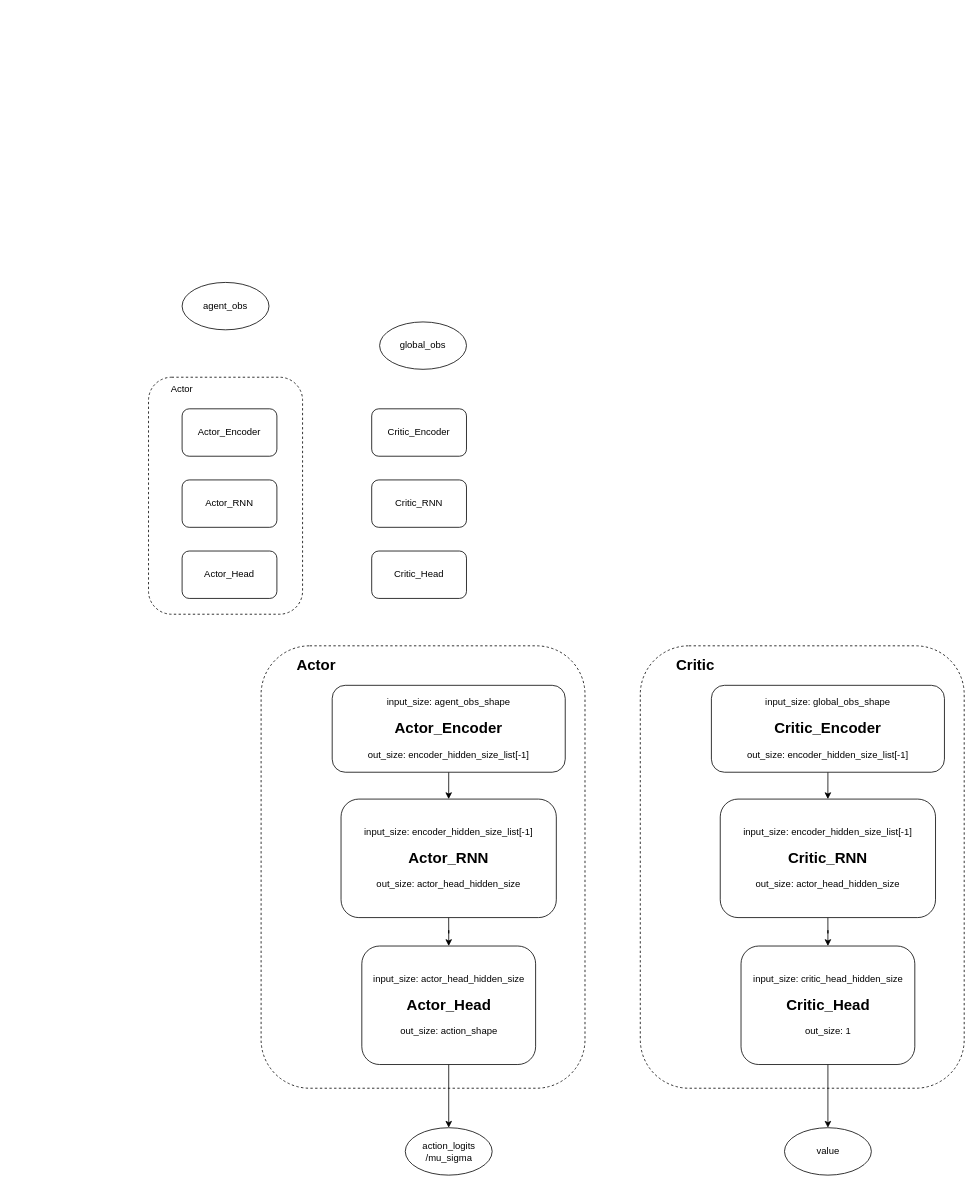
This is HAPPO.drawio from nighood/Diagrams, a draw.io file, before an edit. Source tidied: cells renumbered, new cells numbered last; positions are measured from the earlier drawing's top-left corner, leaving out a move shared by most shapes. Both pictures are drawn from the tidied source at 79%, with x=0, y=0 at pixel (149, 282).
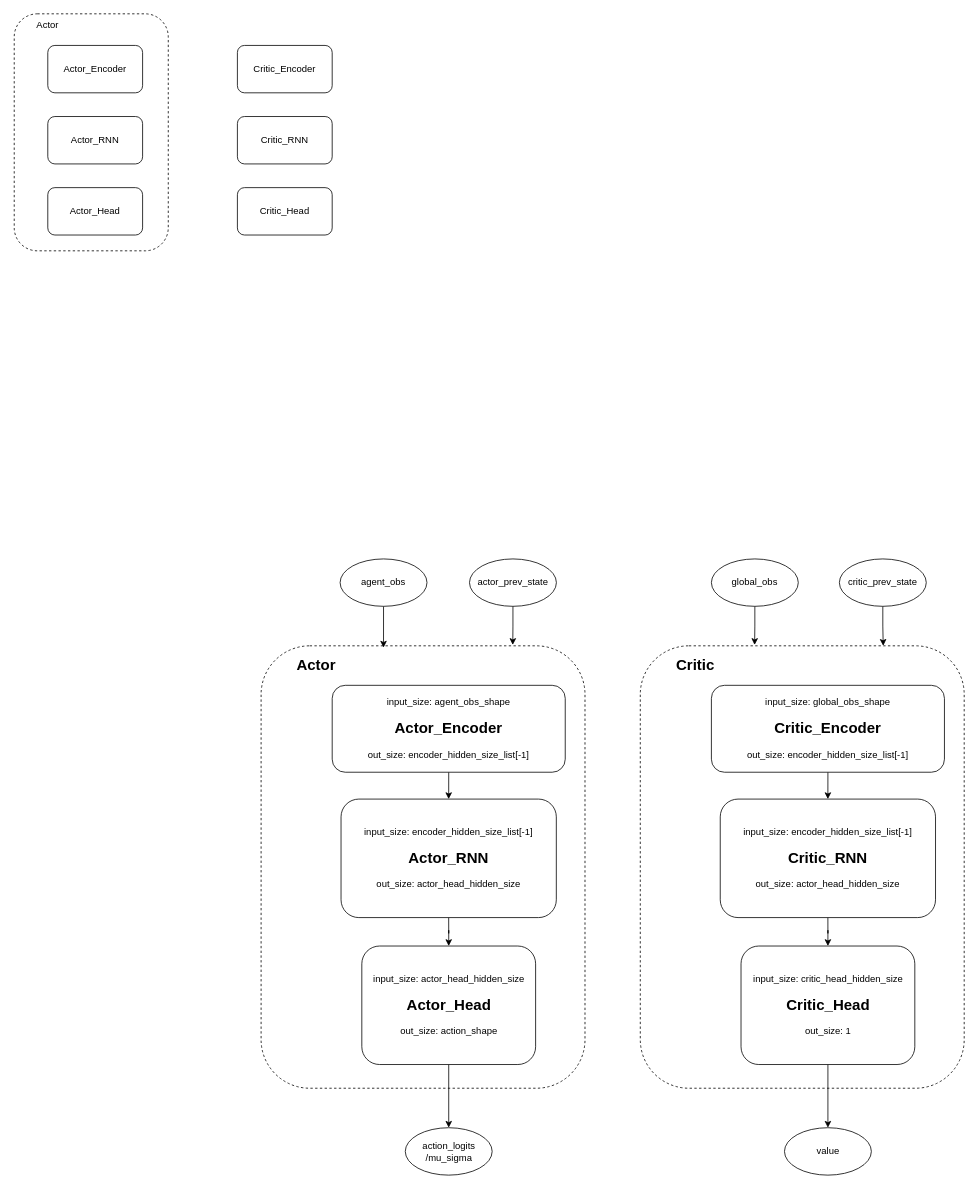
The same diagram, later.

Unchanged cells that the change refers to:
```xml
<mxCell id="12" style="rounded=1;whiteSpace=wrap;html=1;strokeColor=default;dashed=1;fillColor=none;glass=0;" parent="1" vertex="1">
  <mxGeometry x="142" y="460" width="410" height="560" as="geometry" />
</mxCell>
<mxCell id="21" style="rounded=1;whiteSpace=wrap;html=1;strokeColor=default;dashed=1;fillColor=none;glass=0;" parent="1" vertex="1">
  <mxGeometry x="622" y="460" width="410" height="560" as="geometry" />
</mxCell>
```

The edit, as a diff of the source:
```diff
@@
     <mxCell id="2" style="rounded=1;whiteSpace=wrap;html=1;strokeColor=default;dashed=1;fillColor=none;" parent="1" vertex="1">
-      <mxGeometry x="-0.5" y="120" width="195" height="300" as="geometry" />
+      <mxGeometry x="-170.5" y="-340" width="195" height="300" as="geometry" />
     </mxCell>
     <mxCell id="3" value="Actor_Encoder" style="rounded=1;whiteSpace=wrap;html=1;" parent="1" vertex="1">
-      <mxGeometry x="42" y="160" width="120" height="60" as="geometry" />
+      <mxGeometry x="-128" y="-300" width="120" height="60" as="geometry" />
     </mxCell>
+    <mxCell id="30" style="edgeStyle=orthogonalEdgeStyle;rounded=0;jettySize=auto;html=1;exitX=0.5;exitY=1;exitDx=0;exitDy=0;entryX=0.378;entryY=0.004;entryDx=0;entryDy=0;entryPerimeter=0;" parent="1" edge="1" source="4" target="12">
+      <mxGeometry relative="1" as="geometry" />
+    </mxCell>
     <mxCell id="4" value="agent_obs" style="ellipse;whiteSpace=wrap;html=1;" parent="1" vertex="1">
-      <mxGeometry x="42" width="110" height="60" as="geometry" />
+      <mxGeometry x="242" y="350" width="110" height="60" as="geometry" />
     </mxCell>
+    <mxCell id="31" style="edgeStyle=orthogonalEdgeStyle;rounded=0;jettySize=auto;html=1;exitX=0.5;exitY=1;exitDx=0;exitDy=0;entryX=0.353;entryY=-0.002;entryDx=0;entryDy=0;entryPerimeter=0;" parent="1" edge="1" source="5" target="21">
+      <mxGeometry relative="1" as="geometry" />
+    </mxCell>
     <mxCell id="5" value="global_obs" style="ellipse;whiteSpace=wrap;html=1;" parent="1" vertex="1">
-      <mxGeometry x="292" y="50" width="110" height="60" as="geometry" />
+      <mxGeometry x="712" y="350" width="110" height="60" as="geometry" />
     </mxCell>
     <mxCell id="6" value="Critic_Encoder" style="rounded=1;whiteSpace=wrap;html=1;" parent="1" vertex="1">
-      <mxGeometry x="282" y="160" width="120" height="60" as="geometry" />
+      <mxGeometry x="112" y="-300" width="120" height="60" as="geometry" />
     </mxCell>
     <mxCell id="7" value="Actor_RNN" style="rounded=1;whiteSpace=wrap;html=1;" parent="1" vertex="1">
-      <mxGeometry x="42" y="250" width="120" height="60" as="geometry" />
+      <mxGeometry x="-128" y="-210" width="120" height="60" as="geometry" />
     </mxCell>
     <mxCell id="8" value="Critic_RNN" style="rounded=1;whiteSpace=wrap;html=1;" parent="1" vertex="1">
-      <mxGeometry x="282" y="250" width="120" height="60" as="geometry" />
+      <mxGeometry x="112" y="-210" width="120" height="60" as="geometry" />
     </mxCell>
     <mxCell id="9" value="Actor_Head" style="rounded=1;whiteSpace=wrap;html=1;" parent="1" vertex="1">
-      <mxGeometry x="42" y="340" width="120" height="60" as="geometry" />
+      <mxGeometry x="-128" y="-120" width="120" height="60" as="geometry" />
     </mxCell>
     <mxCell id="10" value="Critic_Head" style="rounded=1;whiteSpace=wrap;html=1;" parent="1" vertex="1">
-      <mxGeometry x="282" y="340" width="120" height="60" as="geometry" />
+      <mxGeometry x="112" y="-120" width="120" height="60" as="geometry" />
     </mxCell>
     <mxCell id="11" value="Actor" style="text;html=1;strokeColor=none;fillColor=none;align=center;verticalAlign=middle;whiteSpace=wrap;rounded=0;" parent="1" vertex="1">
-      <mxGeometry x="12" y="120" width="60" height="30" as="geometry" />
+      <mxGeometry x="-158" y="-340" width="60" height="30" as="geometry" />
     </mxCell>
@@
+    <mxCell id="32" style="edgeStyle=orthogonalEdgeStyle;rounded=0;jettySize=auto;html=1;exitX=0.5;exitY=1;exitDx=0;exitDy=0;entryX=0.777;entryY=-0.002;entryDx=0;entryDy=0;entryPerimeter=0;" parent="1" edge="1" source="33" target="12">
+      <mxGeometry relative="1" as="geometry" />
+    </mxCell>
+    <mxCell id="33" value="actor_prev_state" style="ellipse;whiteSpace=wrap;html=1;" parent="1" vertex="1">
+      <mxGeometry x="405.8" y="350" width="110" height="60" as="geometry" />
+    </mxCell>
+    <mxCell id="34" style="edgeStyle=orthogonalEdgeStyle;rounded=0;jettySize=auto;html=1;exitX=0.5;exitY=1;exitDx=0;exitDy=0;entryX=0.75;entryY=0;entryDx=0;entryDy=0;" parent="1" edge="1" source="35" target="21">
+      <mxGeometry relative="1" as="geometry" />
+    </mxCell>
+    <mxCell id="35" value="critic_prev_state" style="ellipse;whiteSpace=wrap;html=1;" parent="1" vertex="1">
+      <mxGeometry x="874" y="350" width="110" height="60" as="geometry" />
+    </mxCell>
```
